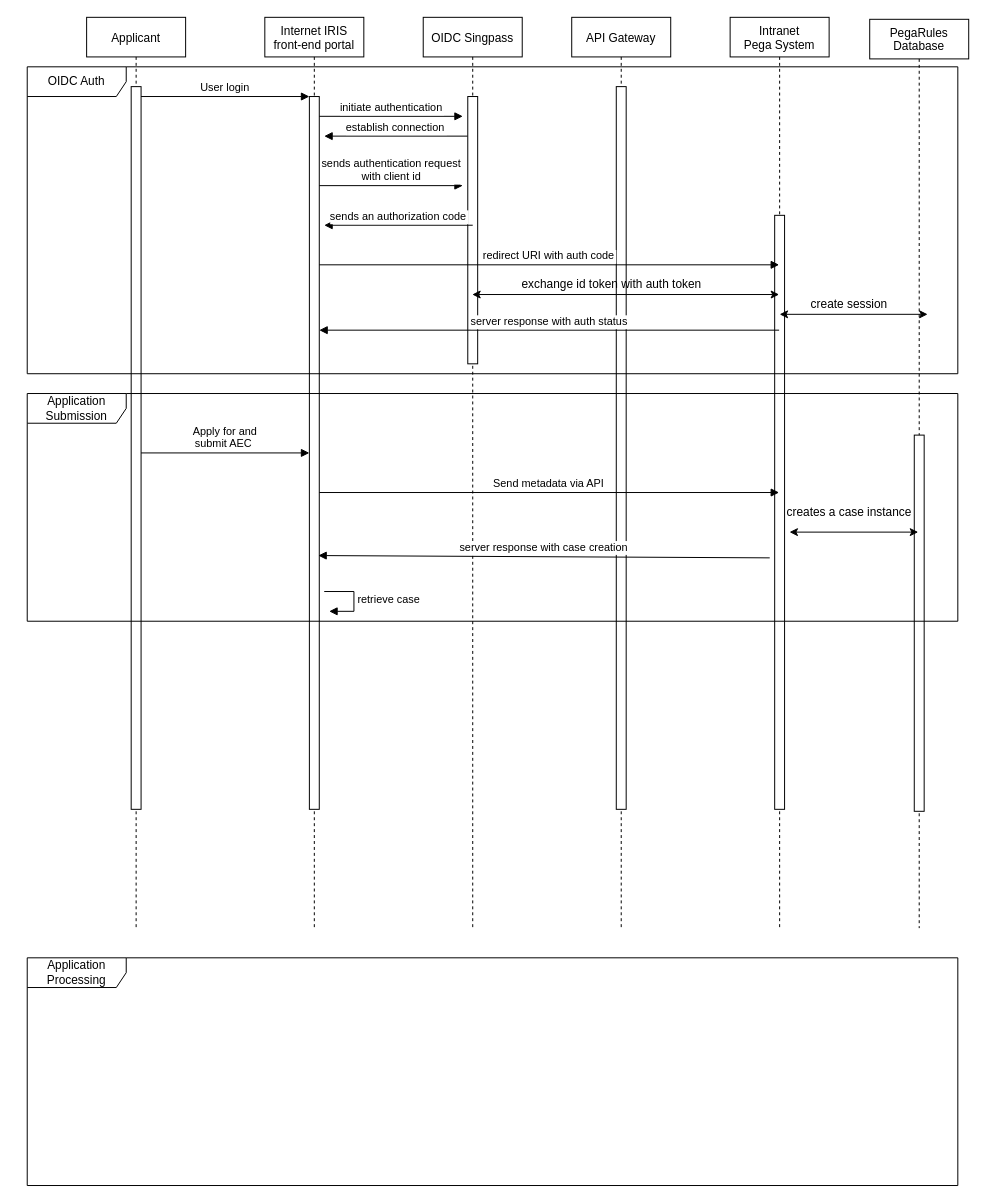
The draw.io diagram iris-seq-diagram-final.drawio in RachelGnanaraj/app.diagrams, before the edit. Source tidied: cells renumbered, new cells numbered last; positions are measured from the earlier drawing's top-left corner, leaving out a move shared by most shapes. Both pictures are drawn from the tidied source at 99%, with x=0, y=0 at pixel (27, 17).
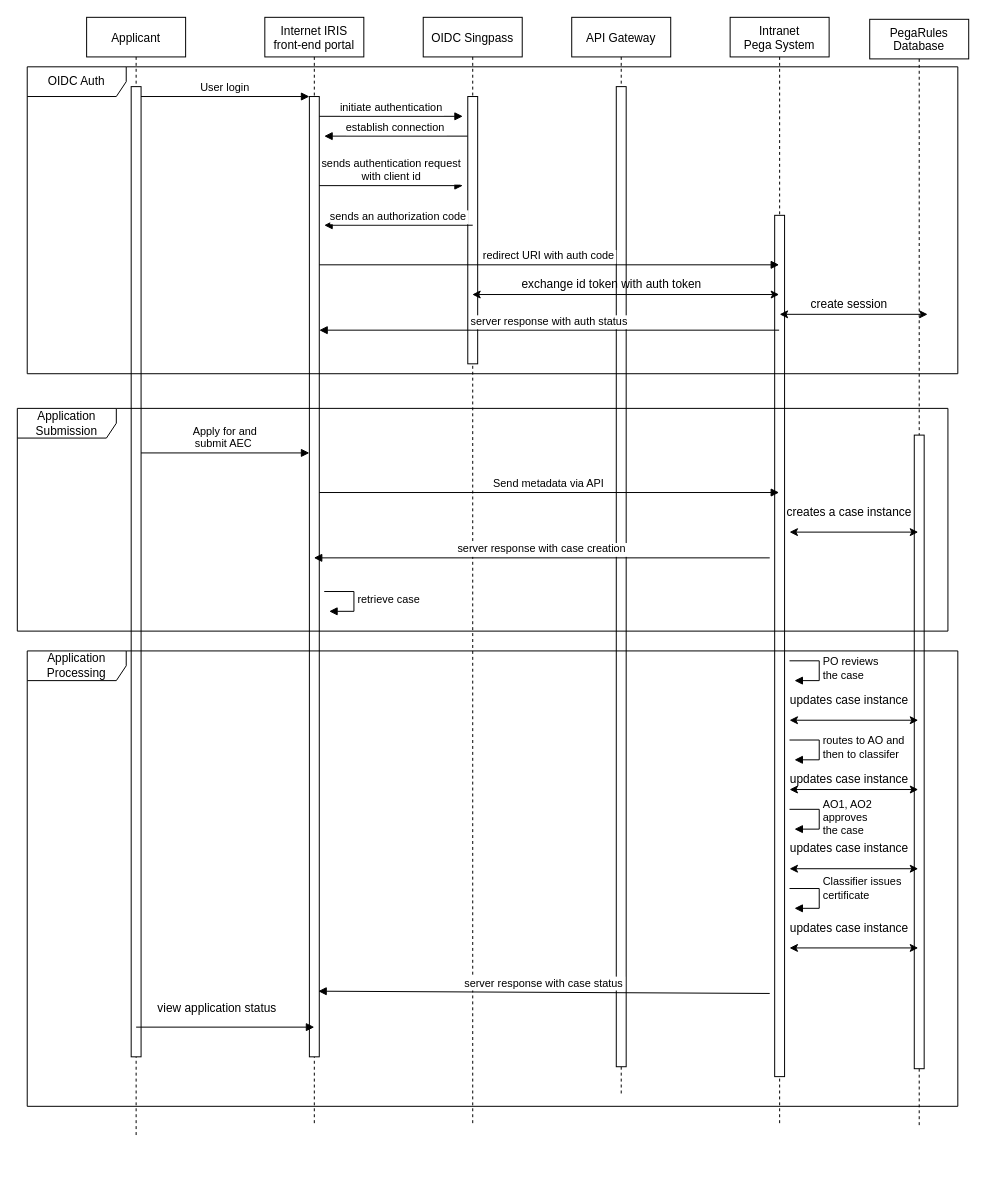
The same page after the edit.

The edit, as a diff of the source:
```diff
@@
     <mxCell id="2" value="Applicant" style="shape=umlLifeline;perimeter=lifelinePerimeter;rounded=0;shadow=0;strokeWidth=1;" parent="1" vertex="1">
-      <mxGeometry x="60" width="100" height="920" as="geometry" />
+      <mxGeometry x="60" width="100" height="1130" as="geometry" />
     </mxCell>
     <mxCell id="3" style="points=[];perimeter=orthogonalPerimeter;rounded=0;shadow=0;strokeWidth=1;" parent="2" vertex="1">
-      <mxGeometry x="45" y="70" width="10" height="730" as="geometry" />
+      <mxGeometry x="45" y="70" width="10" height="980" as="geometry" />
     </mxCell>
     <mxCell id="4" value="Internet IRIS &#10;front-end portal" style="shape=umlLifeline;perimeter=lifelinePerimeter;rounded=0;shadow=0;strokeWidth=1;" parent="1" vertex="1">
-      <mxGeometry x="240" width="100" height="920" as="geometry" />
+      <mxGeometry x="240" width="100" height="1120" as="geometry" />
     </mxCell>
     <mxCell id="5" style="points=[];perimeter=orthogonalPerimeter;rounded=0;shadow=0;strokeWidth=1;" parent="4" vertex="1">
-      <mxGeometry x="45" y="80" width="10" height="720" as="geometry" />
+      <mxGeometry x="45" y="80" width="10" height="970" as="geometry" />
     </mxCell>
@@
     <mxCell id="8" value="API Gateway" style="shape=umlLifeline;perimeter=lifelinePerimeter;rounded=0;shadow=0;strokeWidth=1;" parent="1" vertex="1">
-      <mxGeometry x="550" width="100" height="920" as="geometry" />
+      <mxGeometry x="550" width="100" height="1090" as="geometry" />
     </mxCell>
     <mxCell id="9" style="perimeter=orthogonalPerimeter;rounded=0;shadow=0;strokeWidth=1;" parent="8" vertex="1">
-      <mxGeometry x="45" y="70" width="10" height="730" as="geometry" />
+      <mxGeometry x="45" y="70" width="10" height="990" as="geometry" />
     </mxCell>
     <mxCell id="10" value="Intranet &#10;Pega System" style="shape=umlLifeline;perimeter=lifelinePerimeter;rounded=0;shadow=0;strokeWidth=1;" parent="1" vertex="1">
-      <mxGeometry x="710" width="100" height="920" as="geometry" />
+      <mxGeometry x="710" width="100" height="1120" as="geometry" />
     </mxCell>
     <mxCell id="11" style="perimeter=orthogonalPerimeter;rounded=0;shadow=0;strokeWidth=1;" parent="10" vertex="1">
-      <mxGeometry x="45" y="200" width="10" height="600" as="geometry" />
+      <mxGeometry x="45" y="200" width="10" height="870" as="geometry" />
     </mxCell>
     <mxCell id="12" value="PegaRules &#10;Database" style="shape=umlLifeline;perimeter=lifelinePerimeter;rounded=0;shadow=0;strokeWidth=1;" parent="1" vertex="1">
-      <mxGeometry x="851" y="2" width="100" height="918" as="geometry" />
+      <mxGeometry x="851" y="2" width="100" height="1118" as="geometry" />
     </mxCell>
     <mxCell id="13" style="perimeter=orthogonalPerimeter;rounded=0;shadow=0;strokeWidth=1;" parent="12" vertex="1">
-      <mxGeometry x="45" y="420" width="10" height="380" as="geometry" />
+      <mxGeometry x="45" y="420" width="10" height="640" as="geometry" />
     </mxCell>
@@
     <mxCell id="15" value="OIDC Singpass" style="shape=umlLifeline;perimeter=lifelinePerimeter;rounded=0;shadow=0;strokeWidth=1;" parent="1" vertex="1">
-      <mxGeometry x="400" width="100" height="920" as="geometry" />
+      <mxGeometry x="400" width="100" height="1120" as="geometry" />
     </mxCell>
@@
+    <mxCell id="32" value="Application&lt;br&gt;Submission" style="shape=umlFrame;whiteSpace=wrap;html=1;width=100;height=30;" parent="15" vertex="1">
+      <mxGeometry x="-410" y="395" width="940" height="225" as="geometry" />
+    </mxCell>
@@
-    <mxCell id="27" value="server response with case creation" style="verticalAlign=bottom;endArrow=block;shadow=0;strokeWidth=1;entryX=0.9;entryY=0.644;entryDx=0;entryDy=0;entryPerimeter=0;" parent="1" edge="1" target="5">
+    <mxCell id="27" value="server response with case creation" style="verticalAlign=bottom;endArrow=block;shadow=0;strokeWidth=1;" parent="1" edge="1" target="4">
       <mxGeometry relative="1" as="geometry">
         <mxPoint x="750" y="546" as="sourcePoint" />
       </mxGeometry>
     </mxCell>
@@
-    <mxCell id="32" value="Application&lt;br&gt;Submission" style="shape=umlFrame;whiteSpace=wrap;html=1;width=100;height=30;" parent="1" vertex="1">
-      <mxGeometry y="380" width="940" height="230" as="geometry" />
-    </mxCell>
     <mxCell id="33" value="Application&lt;br&gt;Processing" style="shape=umlFrame;whiteSpace=wrap;html=1;width=100;height=30;" parent="1" vertex="1">
-      <mxGeometry y="950" width="940" height="230" as="geometry" />
+      <mxGeometry y="640" width="940" height="460" as="geometry" />
     </mxCell>
+    <mxCell id="34" value="PO reviews&lt;br&gt;the case" style="edgeStyle=orthogonalEdgeStyle;html=1;align=left;spacingLeft=2;endArrow=block;rounded=0;entryX=1;entryY=0;" parent="1" edge="1">
+      <mxGeometry relative="1" as="geometry">
+        <mxPoint x="770" y="650" as="sourcePoint" />
+        <mxPoint x="775" y="670" as="targetPoint" />
+        <Array as="points">
+          <mxPoint x="800" y="650" />
+        </Array>
+      </mxGeometry>
+    </mxCell>
+    <mxCell id="35" value="routes to AO and &lt;br&gt;then to classifer" style="edgeStyle=orthogonalEdgeStyle;html=1;align=left;spacingLeft=2;endArrow=block;rounded=0;entryX=1;entryY=0;" parent="1" edge="1">
+      <mxGeometry relative="1" as="geometry">
+        <mxPoint x="770" y="730" as="sourcePoint" />
+        <mxPoint x="775" y="750" as="targetPoint" />
+        <Array as="points">
+          <mxPoint x="800" y="730" />
+        </Array>
+      </mxGeometry>
+    </mxCell>
+    <mxCell id="36" value="AO1, AO2 &lt;br&gt;approves &lt;br&gt;the case" style="edgeStyle=orthogonalEdgeStyle;html=1;align=left;spacingLeft=2;endArrow=block;rounded=0;entryX=1;entryY=0;" parent="1" edge="1">
+      <mxGeometry relative="1" as="geometry">
+        <mxPoint x="770" y="800" as="sourcePoint" />
+        <mxPoint x="775" y="820" as="targetPoint" />
+        <Array as="points">
+          <mxPoint x="800" y="800" />
+        </Array>
+      </mxGeometry>
+    </mxCell>
+    <mxCell id="37" value="Classifier issues &lt;br&gt;certificate" style="edgeStyle=orthogonalEdgeStyle;html=1;align=left;spacingLeft=2;endArrow=block;rounded=0;entryX=1;entryY=0;" parent="1" edge="1">
+      <mxGeometry x="-0.2" relative="1" as="geometry">
+        <mxPoint x="770" y="880" as="sourcePoint" />
+        <mxPoint x="775" y="900" as="targetPoint" />
+        <Array as="points">
+          <mxPoint x="800" y="880" />
+        </Array>
+      </mxGeometry>
+    </mxCell>
+    <mxCell id="38" style="endArrow=classic;startArrow=classic;html=1;rounded=0;" parent="1" edge="1">
+      <mxGeometry relative="1" as="geometry">
+        <mxPoint x="770" y="710" as="sourcePoint" />
+        <mxPoint x="900" y="710" as="targetPoint" />
+      </mxGeometry>
+    </mxCell>
+    <mxCell id="39" value="updates case instance" style="text;html=1;align=center;verticalAlign=middle;strokeColor=none;fillColor=none;" parent="1" vertex="1">
+      <mxGeometry x="760" y="675" width="140" height="30" as="geometry" />
+    </mxCell>
+    <mxCell id="40" style="endArrow=classic;startArrow=classic;html=1;rounded=0;" parent="1" edge="1">
+      <mxGeometry relative="1" as="geometry">
+        <mxPoint x="770" y="780" as="sourcePoint" />
+        <mxPoint x="900" y="780" as="targetPoint" />
+      </mxGeometry>
+    </mxCell>
+    <mxCell id="41" value="updates case instance" style="text;html=1;align=center;verticalAlign=middle;strokeColor=none;fillColor=none;" parent="1" vertex="1">
+      <mxGeometry x="760" y="755" width="140" height="30" as="geometry" />
+    </mxCell>
+    <mxCell id="42" style="endArrow=classic;startArrow=classic;html=1;rounded=0;" parent="1" edge="1">
+      <mxGeometry relative="1" as="geometry">
+        <mxPoint x="770" y="940" as="sourcePoint" />
+        <mxPoint x="900" y="940" as="targetPoint" />
+      </mxGeometry>
+    </mxCell>
+    <mxCell id="43" value="updates case instance" style="text;html=1;align=center;verticalAlign=middle;strokeColor=none;fillColor=none;" parent="1" vertex="1">
+      <mxGeometry x="760" y="905" width="140" height="30" as="geometry" />
+    </mxCell>
+    <mxCell id="44" style="endArrow=classic;startArrow=classic;html=1;rounded=0;" parent="1" edge="1">
+      <mxGeometry relative="1" as="geometry">
+        <mxPoint x="770" y="860" as="sourcePoint" />
+        <mxPoint x="900" y="860" as="targetPoint" />
+      </mxGeometry>
+    </mxCell>
+    <mxCell id="45" value="updates case instance" style="text;html=1;align=center;verticalAlign=middle;strokeColor=none;fillColor=none;" parent="1" vertex="1">
+      <mxGeometry x="760" y="825" width="140" height="30" as="geometry" />
+    </mxCell>
+    <mxCell id="46" value="server response with case status" style="verticalAlign=bottom;endArrow=block;shadow=0;strokeWidth=1;entryX=0.9;entryY=0.644;entryDx=0;entryDy=0;entryPerimeter=0;" parent="1" edge="1">
+      <mxGeometry relative="1" as="geometry">
+        <mxPoint x="750" y="986" as="sourcePoint" />
+        <mxPoint x="294" y="983.7" as="targetPoint" />
+      </mxGeometry>
+    </mxCell>
+    <mxCell id="47" value="view application status" style="verticalAlign=bottom;endArrow=block;shadow=0;strokeWidth=1;fontSize=12;" parent="1" edge="1">
+      <mxGeometry x="-0.09" y="10" relative="1" as="geometry">
+        <mxPoint x="110" y="1020" as="sourcePoint" />
+        <mxPoint x="290" y="1020" as="targetPoint" />
+      </mxGeometry>
+    </mxCell>
```
